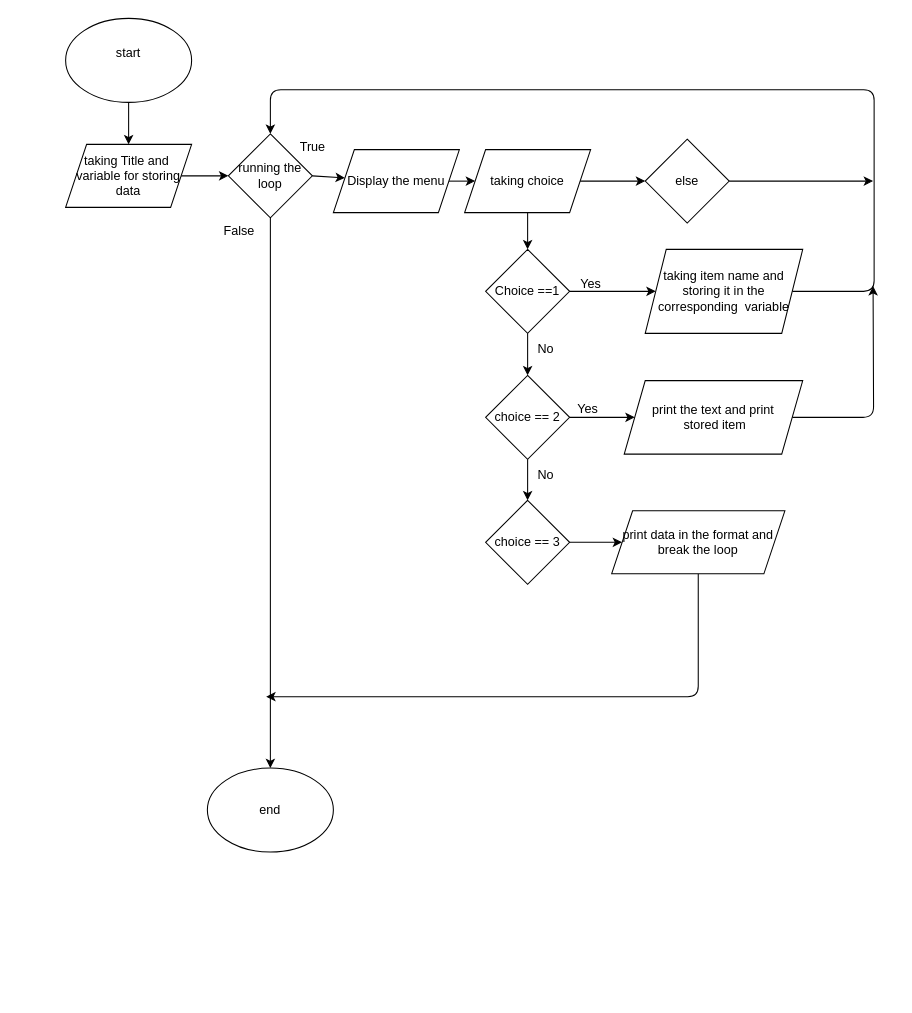
Before: main.dio in 0xSparky/ENTRY_TICKET, a draw.io diagram. Source tidied: cells renumbered, new cells numbered last; positions are measured from the earlier drawing's top-left corner, leaving out a move shared by most shapes. Both pictures are drawn from the tidied source at 105%, with x=0, y=0 at pixel (65, 18).
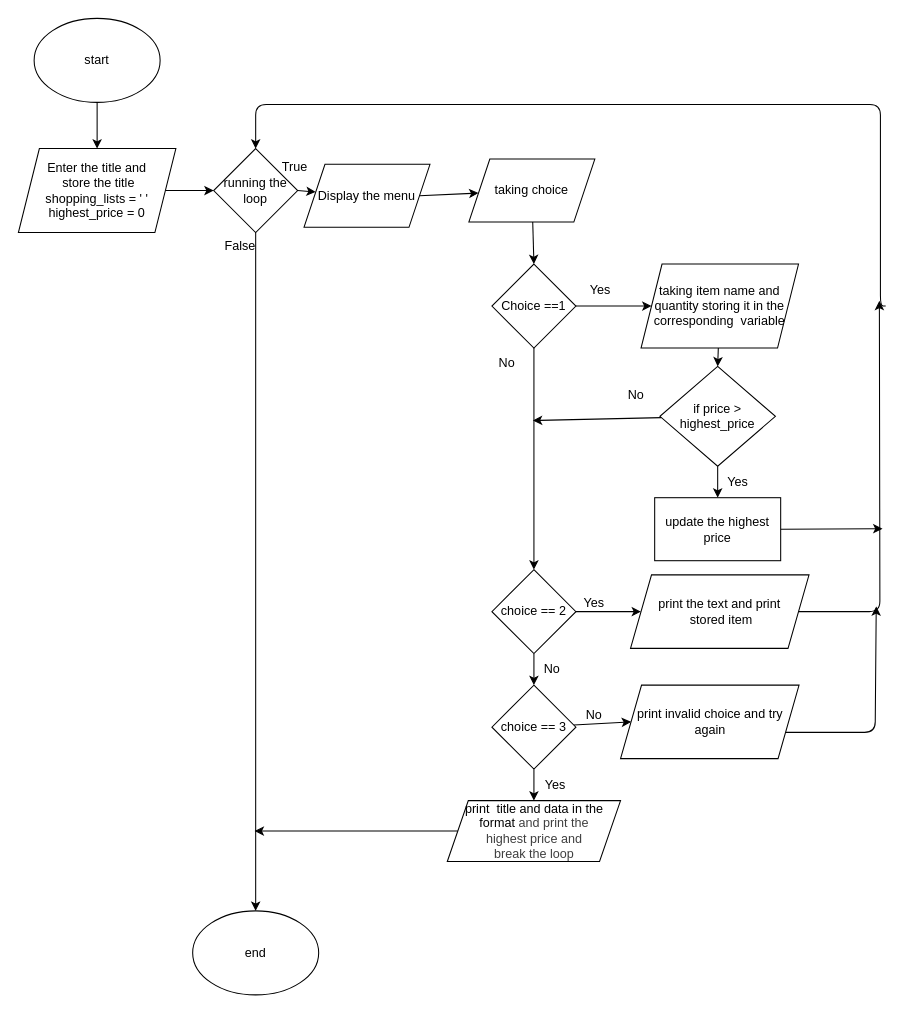
The same diagram, later.

What changed in the source:
```diff
@@
-    <mxCell id="2" style="edgeStyle=none;html=1;exitX=0.5;exitY=1;exitDx=0;exitDy=0;" parent="1" edge="1" source="3" target="5">
+    <mxCell id="2" style="edgeStyle=none;html=1;exitX=0.5;exitY=1;exitDx=0;exitDy=0;entryX=0.5;entryY=0;entryDx=0;entryDy=0;" parent="1" edge="1" source="3" target="5">
       <mxGeometry relative="1" as="geometry" />
     </mxCell>
-    <mxCell id="3" value="start&lt;div&gt;&lt;br&gt;&lt;/div&gt;" style="ellipse;whiteSpace=wrap;html=1;" parent="1" vertex="1">
-      <mxGeometry width="120" height="80" as="geometry" />
+    <mxCell id="3" value="start" style="ellipse;whiteSpace=wrap;html=1;" parent="1" vertex="1">
+      <mxGeometry x="-30" width="120" height="80" as="geometry" />
     </mxCell>
@@
-    <mxCell id="5" value="taking Title and&amp;nbsp;&lt;div&gt;variable for storing data&lt;/div&gt;" style="shape=parallelogram;perimeter=parallelogramPerimeter;whiteSpace=wrap;html=1;fixedSize=1;" parent="1" vertex="1">
-      <mxGeometry y="120" width="120" height="60" as="geometry" />
+    <mxCell id="5" value="Enter the title and&lt;div&gt;&amp;nbsp;store the title&lt;div&gt;shopping_lists = ' '&lt;/div&gt;&lt;/div&gt;&lt;div&gt;highest_price = 0&lt;/div&gt;" style="shape=parallelogram;perimeter=parallelogramPerimeter;whiteSpace=wrap;html=1;fixedSize=1;" parent="1" vertex="1">
+      <mxGeometry x="-45" y="124" width="150" height="80" as="geometry" />
     </mxCell>
@@
     <mxCell id="7" value="running the loop" style="rhombus;whiteSpace=wrap;html=1;" parent="1" vertex="1">
-      <mxGeometry x="155" y="110" width="80" height="80" as="geometry" />
+      <mxGeometry x="141" y="124" width="80" height="80" as="geometry" />
     </mxCell>
     <mxCell id="8" value="True&lt;div&gt;&lt;br&gt;&lt;/div&gt;" style="text;html=1;align=center;verticalAlign=middle;strokeColor=none;fillColor=none;" parent="1" vertex="1">
-      <mxGeometry x="210" y="110" width="50" height="40" as="geometry" />
+      <mxGeometry x="193" y="129" width="50" height="40" as="geometry" />
     </mxCell>
     <mxCell id="9" value="False&lt;div&gt;&lt;br&gt;&lt;/div&gt;" style="text;html=1;align=center;verticalAlign=middle;strokeColor=none;fillColor=none;" parent="1" vertex="1">
-      <mxGeometry x="140" y="190" width="50" height="40" as="geometry" />
+      <mxGeometry x="141" y="204" width="50" height="40" as="geometry" />
     </mxCell>
@@
-    <mxCell id="11" style="edgeStyle=none;html=1;entryX=0;entryY=0.5;entryDx=0;entryDy=0;" parent="1" edge="1" source="12" target="36">
-      <mxGeometry relative="1" as="geometry" />
-    </mxCell>
     <mxCell id="12" value="taking choice" style="shape=parallelogram;perimeter=parallelogramPerimeter;whiteSpace=wrap;html=1;fixedSize=1;" parent="1" vertex="1">
-      <mxGeometry x="380" y="125" width="120" height="60" as="geometry" />
+      <mxGeometry x="384" y="134" width="120" height="60" as="geometry" />
     </mxCell>
+    <mxCell id="14" style="edgeStyle=none;html=1;entryX=0.5;entryY=0;entryDx=0;entryDy=0;exitX=0.5;exitY=1;exitDx=0;exitDy=0;" parent="1" edge="1" source="15" target="29">
+      <mxGeometry relative="1" as="geometry" />
+    </mxCell>
-    <mxCell id="13" style="edgeStyle=none;html=1;exitX=1;exitY=0.5;exitDx=0;exitDy=0;" parent="1" edge="1" source="15" target="18">
+    <mxCell id="13" style="edgeStyle=none;html=1;entryX=0;entryY=0.5;entryDx=0;entryDy=0;" parent="1" edge="1" source="15" target="18">
       <mxGeometry relative="1" as="geometry" />
     </mxCell>
-    <mxCell id="14" style="edgeStyle=none;html=1;entryX=0.5;entryY=0;entryDx=0;entryDy=0;" parent="1" edge="1" source="15" target="29">
-      <mxGeometry relative="1" as="geometry" />
-    </mxCell>
     <mxCell id="15" value="Choice ==1" style="rhombus;whiteSpace=wrap;html=1;" parent="1" vertex="1">
-      <mxGeometry x="400" y="220" width="80" height="80" as="geometry" />
+      <mxGeometry x="406" y="234" width="80" height="80" as="geometry" />
     </mxCell>
     <mxCell id="16" value="Yes" style="text;html=1;align=center;verticalAlign=middle;strokeColor=none;fillColor=none;" parent="1" vertex="1">
-      <mxGeometry x="480" y="238" width="40" height="30" as="geometry" />
+      <mxGeometry x="488.5" y="244" width="40" height="30" as="geometry" />
     </mxCell>
-    <mxCell id="17" style="edgeStyle=orthogonalEdgeStyle;html=1;entryX=0.5;entryY=0;entryDx=0;entryDy=0;" parent="1" edge="1" source="18" target="7">
+    <mxCell id="17" style="edgeStyle=orthogonalEdgeStyle;html=1;entryX=0.5;entryY=0;entryDx=0;entryDy=0;" parent="1" edge="1" target="7">
       <mxGeometry relative="1" as="geometry">
+        <mxPoint x="781" y="274" as="sourcePoint" />
         <Array as="points">
-          <mxPoint x="770" y="260" />
-          <mxPoint x="770" y="68" />
-          <mxPoint x="195" y="68" />
+          <mxPoint x="776" y="274" />
+          <mxPoint x="776" y="82" />
+          <mxPoint x="181" y="82" />
         </Array>
       </mxGeometry>
     </mxCell>
+    <mxCell id="37" style="edgeStyle=none;html=1;entryX=0.5;entryY=0;entryDx=0;entryDy=0;" parent="1" edge="1" source="18" target="45">
+      <mxGeometry relative="1" as="geometry" />
+    </mxCell>
-    <mxCell id="18" value="&lt;div&gt;taking item name and storing it in the corresponding&amp;nbsp; variable&lt;/div&gt;" style="shape=parallelogram;perimeter=parallelogramPerimeter;whiteSpace=wrap;html=1;fixedSize=1;" parent="1" vertex="1">
-      <mxGeometry x="552" y="220" width="150" height="80" as="geometry" />
+    <mxCell id="18" value="&lt;div&gt;taking item name and quantity storing it in the corresponding&amp;nbsp; variable&lt;/div&gt;" style="shape=parallelogram;perimeter=parallelogramPerimeter;whiteSpace=wrap;html=1;fixedSize=1;" parent="1" vertex="1">
+      <mxGeometry x="548" y="234" width="150" height="80" as="geometry" />
     </mxCell>
@@
     <mxCell id="20" value="Display the menu" style="shape=parallelogram;perimeter=parallelogramPerimeter;whiteSpace=wrap;html=1;fixedSize=1;" parent="1" vertex="1">
-      <mxGeometry x="255" y="125" width="120" height="60" as="geometry" />
+      <mxGeometry x="227" y="139" width="120" height="60" as="geometry" />
     </mxCell>
     <mxCell id="21" value="No" style="text;html=1;align=center;verticalAlign=middle;strokeColor=none;fillColor=none;" parent="1" vertex="1">
-      <mxGeometry x="437" y="300" width="40" height="30" as="geometry" />
+      <mxGeometry x="400" y="314" width="40" height="30" as="geometry" />
     </mxCell>
     <mxCell id="22" style="edgeStyle=orthogonalEdgeStyle;html=1;" parent="1" edge="1" source="23">
       <mxGeometry relative="1" as="geometry">
-        <mxPoint x="769" y="255" as="targetPoint" />
+        <mxPoint x="775" y="269" as="targetPoint" />
       </mxGeometry>
     </mxCell>
     <mxCell id="23" value="print the text and print&lt;div&gt;&amp;nbsp;stored item&lt;/div&gt;" style="shape=parallelogram;perimeter=parallelogramPerimeter;whiteSpace=wrap;html=1;fixedSize=1;" parent="1" vertex="1">
-      <mxGeometry x="532" y="345" width="170" height="70" as="geometry" />
+      <mxGeometry x="538" y="530" width="170" height="70" as="geometry" />
     </mxCell>
-    <mxCell id="24" style="edgeStyle=orthogonalEdgeStyle;html=1;" parent="1" edge="1" source="25">
-      <mxGeometry relative="1" as="geometry">
-        <mxPoint x="191" y="646" as="targetPoint" />
-        <Array as="points">
-          <mxPoint x="603" y="646" />
-        </Array>
-      </mxGeometry>
-    </mxCell>
+    <mxCell id="38" style="edgeStyle=none;html=1;" parent="1" edge="1" source="25">
+      <mxGeometry relative="1" as="geometry">
+        <mxPoint x="180" y="774" as="targetPoint" />
+      </mxGeometry>
+    </mxCell>
-    <mxCell id="25" value="print data in the format and break the loop" style="shape=parallelogram;perimeter=parallelogramPerimeter;whiteSpace=wrap;html=1;fixedSize=1;" parent="1" vertex="1">
-      <mxGeometry x="520" y="469" width="165" height="60" as="geometry" />
+    <mxCell id="25" value="print&amp;nbsp; title and data in the format&lt;span style=&quot;color: rgb(63, 63, 63); background-color: transparent;&quot;&gt;&amp;nbsp;and print the&lt;/span&gt;&lt;div&gt;&lt;span style=&quot;color: rgb(63, 63, 63); background-color: transparent;&quot;&gt;&amp;nbsp;highest price and&amp;nbsp;&lt;/span&gt;&lt;/div&gt;&lt;div&gt;&lt;span style=&quot;color: rgb(63, 63, 63); background-color: transparent;&quot;&gt;break the loop&lt;/span&gt;&lt;/div&gt;" style="shape=parallelogram;perimeter=parallelogramPerimeter;whiteSpace=wrap;html=1;fixedSize=1;" parent="1" vertex="1">
+      <mxGeometry x="363.5" y="745" width="165" height="58" as="geometry" />
     </mxCell>
@@
     <mxCell id="29" value="&lt;span style=&quot;color: rgb(0, 0, 0);&quot;&gt;choice == 2&lt;/span&gt;" style="rhombus;whiteSpace=wrap;html=1;" parent="1" vertex="1">
-      <mxGeometry x="400" y="340" width="80" height="80" as="geometry" />
+      <mxGeometry x="406" y="525" width="80" height="80" as="geometry" />
     </mxCell>
+    <mxCell id="39" style="edgeStyle=none;html=1;entryX=0;entryY=0.5;entryDx=0;entryDy=0;" parent="1" edge="1" source="31" target="42">
+      <mxGeometry relative="1" as="geometry" />
+    </mxCell>
-    <mxCell id="30" style="edgeStyle=none;html=1;entryX=0;entryY=0.5;entryDx=0;entryDy=0;" parent="1" edge="1" source="31" target="25">
+    <mxCell id="30" style="edgeStyle=none;html=1;exitX=0.5;exitY=1;exitDx=0;exitDy=0;entryX=0.5;entryY=0;entryDx=0;entryDy=0;" parent="1" edge="1" source="31" target="25">
       <mxGeometry relative="1" as="geometry" />
     </mxCell>
     <mxCell id="31" value="&lt;span style=&quot;color: rgb(0, 0, 0);&quot;&gt;choice == 3&lt;/span&gt;" style="rhombus;whiteSpace=wrap;html=1;" parent="1" vertex="1">
-      <mxGeometry x="400" y="459" width="80" height="80" as="geometry" />
+      <mxGeometry x="406" y="635" width="80" height="80" as="geometry" />
     </mxCell>
     <mxCell id="32" value="No" style="text;html=1;align=center;verticalAlign=middle;strokeColor=none;fillColor=none;" parent="1" vertex="1">
-      <mxGeometry x="437" y="420" width="40" height="30" as="geometry" />
+      <mxGeometry x="443" y="605" width="40" height="30" as="geometry" />
     </mxCell>
     <mxCell id="33" value="Yes" style="text;html=1;align=center;verticalAlign=middle;strokeColor=none;fillColor=none;" parent="1" vertex="1">
-      <mxGeometry x="477" y="357" width="40" height="30" as="geometry" />
+      <mxGeometry x="483" y="542" width="40" height="30" as="geometry" />
     </mxCell>
     <mxCell id="34" value="end" style="ellipse;whiteSpace=wrap;html=1;" parent="1" vertex="1">
-      <mxGeometry x="135" y="714" width="120" height="80" as="geometry" />
+      <mxGeometry x="121" y="850" width="120" height="80" as="geometry" />
     </mxCell>
-    <mxCell id="35" style="edgeStyle=none;html=1;" parent="1" edge="1" source="36">
-      <mxGeometry relative="1" as="geometry">
-        <mxPoint x="769" y="155" as="targetPoint" />
-      </mxGeometry>
-    </mxCell>
-    <mxCell id="36" value="else" style="rhombus;whiteSpace=wrap;html=1;" parent="1" vertex="1">
-      <mxGeometry x="552" y="115" width="80" height="80" as="geometry" />
-    </mxCell>
+    <mxCell id="40" value="Yes" style="text;html=1;align=center;verticalAlign=middle;strokeColor=none;fillColor=none;" parent="1" vertex="1">
+      <mxGeometry x="446" y="715" width="40" height="30" as="geometry" />
+    </mxCell>
+    <mxCell id="41" style="edgeStyle=orthogonalEdgeStyle;html=1;" parent="1" edge="1" source="42">
+      <mxGeometry relative="1" as="geometry">
+        <mxPoint x="772" y="560" as="targetPoint" />
+        <Array as="points">
+          <mxPoint x="771" y="680" />
+        </Array>
+      </mxGeometry>
+    </mxCell>
+    <mxCell id="42" value="print invalid choice and try again" style="shape=parallelogram;perimeter=parallelogramPerimeter;whiteSpace=wrap;html=1;fixedSize=1;" parent="1" vertex="1">
+      <mxGeometry x="528.5" y="635" width="170" height="70" as="geometry" />
+    </mxCell>
+    <mxCell id="43" style="edgeStyle=none;html=1;" parent="1" edge="1" source="45">
+      <mxGeometry relative="1" as="geometry">
+        <mxPoint x="445" y="383" as="targetPoint" />
+      </mxGeometry>
+    </mxCell>
+    <mxCell id="44" style="edgeStyle=none;html=1;" parent="1" edge="1" source="45" target="48">
+      <mxGeometry relative="1" as="geometry" />
+    </mxCell>
+    <mxCell id="45" value="if price &amp;gt; highest_price" style="rhombus;whiteSpace=wrap;html=1;" parent="1" vertex="1">
+      <mxGeometry x="566" y="331.5" width="110" height="95" as="geometry" />
+    </mxCell>
+    <mxCell id="46" value="No" style="text;html=1;align=center;verticalAlign=middle;strokeColor=none;fillColor=none;" parent="1" vertex="1">
+      <mxGeometry x="523" y="344" width="40" height="30" as="geometry" />
+    </mxCell>
+    <mxCell id="47" style="edgeStyle=none;html=1;exitX=1;exitY=0.5;exitDx=0;exitDy=0;" parent="1" edge="1" source="48">
+      <mxGeometry relative="1" as="geometry">
+        <mxPoint x="778" y="486" as="targetPoint" />
+      </mxGeometry>
+    </mxCell>
+    <mxCell id="48" value="update the highest price" style="whiteSpace=wrap;html=1;" parent="1" vertex="1">
+      <mxGeometry x="561" y="456.5" width="120" height="60" as="geometry" />
+    </mxCell>
+    <mxCell id="49" value="No" style="text;html=1;align=center;verticalAlign=middle;strokeColor=none;fillColor=none;" parent="1" vertex="1">
+      <mxGeometry x="483" y="649" width="40" height="30" as="geometry" />
+    </mxCell>
+    <mxCell id="50" value="Yes" style="text;html=1;align=center;verticalAlign=middle;strokeColor=none;fillColor=none;" parent="1" vertex="1">
+      <mxGeometry x="620" y="426.5" width="40" height="30" as="geometry" />
+    </mxCell>
```
